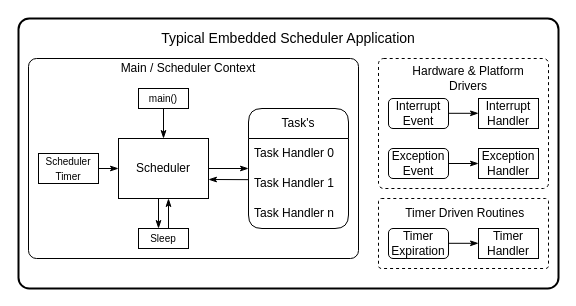
The draw.io diagram docs/img/scheduler_app.drawio in elemprod/lptask, before the edit. Source tidied: cells renumbered, new cells numbered last; positions are measured from the earlier drawing's top-left corner, leaving out a move shared by most shapes. Both pictures are drawn from the tidied source at 100%, with x=0, y=0 at pixel (18, 18).
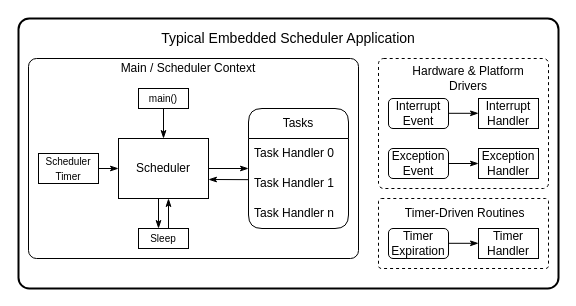
The same diagram, later.

Change to the diagram source:
```diff
@@
-    <mxCell id="8" value="Task's" style="swimlane;fontStyle=0;horizontal=1;startSize=30;whiteSpace=wrap;html=1;rounded=1;fillColor=none;" parent="1" vertex="1">
+    <mxCell id="8" value="Tasks" style="swimlane;fontStyle=0;horizontal=1;startSize=30;whiteSpace=wrap;html=1;rounded=1;fillColor=none;" parent="1" vertex="1">
       <mxGeometry x="230" y="90" width="100" height="120" as="geometry" />
     </mxCell>
@@
-    <mxCell id="31" value="Timer Driven Routines&amp;nbsp;&amp;nbsp;" style="text;html=1;strokeColor=none;fillColor=none;align=center;verticalAlign=middle;whiteSpace=wrap;rounded=0;" parent="1" vertex="1">
+    <mxCell id="31" value="Timer-Driven Routines&amp;nbsp;&amp;nbsp;" style="text;html=1;strokeColor=none;fillColor=none;align=center;verticalAlign=middle;whiteSpace=wrap;rounded=0;" parent="1" vertex="1">
       <mxGeometry x="380" y="180" width="140" height="30" as="geometry" />
     </mxCell>
```
